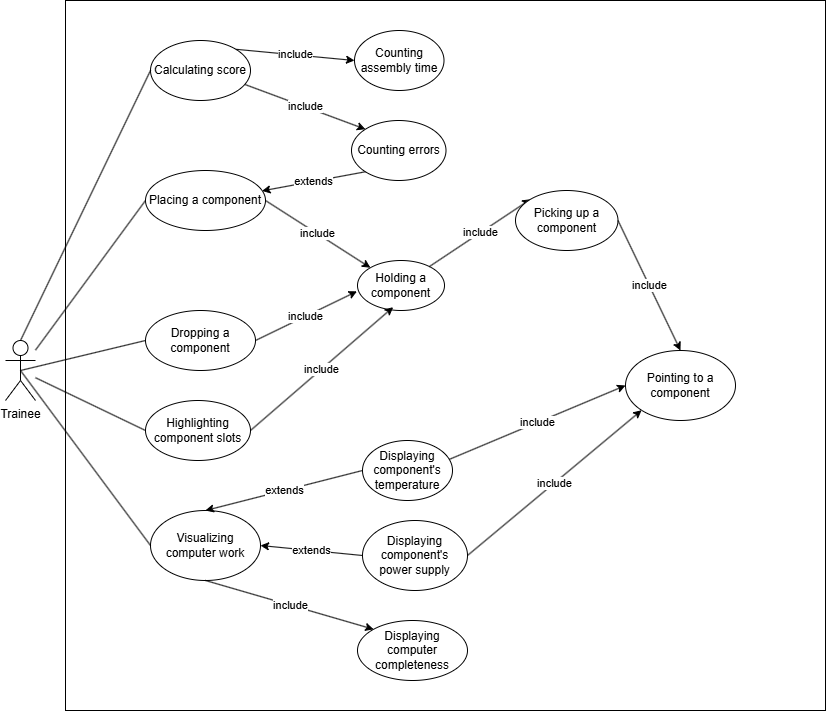
Above: Images/AssemblyUseCases.png in dopp1e/diploma (draw.io), before the change. Source tidied: cells renumbered, new cells last; positions are measured from the earlier drawing's top-left corner, leaving out a move shared by most shapes.
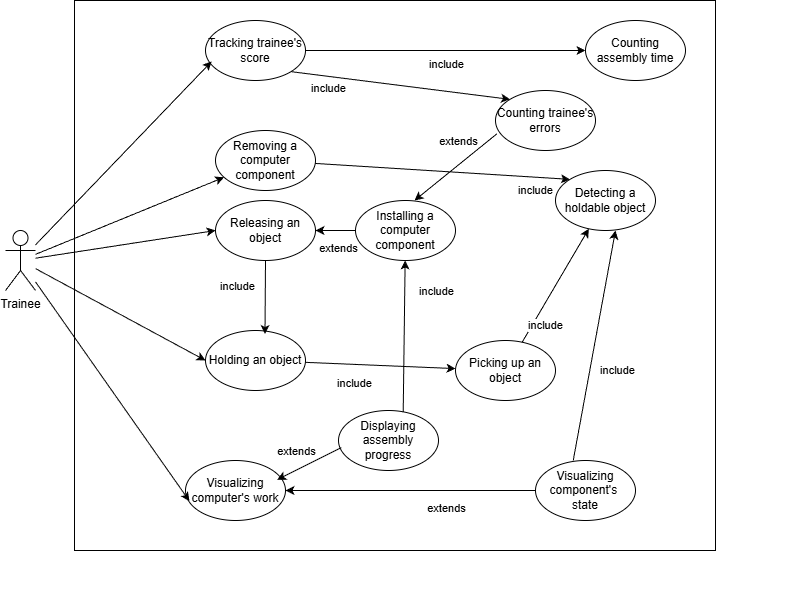
The same file after the commit.

Commit message:
Rewrote virtual computer assembly use cases descriptions

Diff of the diagram source:
```diff
@@ -2,104 +2,160 @@
   <root>
     <mxCell id="0" />
     <mxCell id="1" parent="0" />
-    <mxCell id="2" style="rounded=0;whiteSpace=wrap;html=1;" parent="1" vertex="1">
-      <mxGeometry x="60" width="760" height="710" as="geometry" />
-    </mxCell>
+    <mxCell id="35" style="rounded=0;whiteSpace=wrap;html=1;" parent="1" vertex="1">
+      <mxGeometry x="129" y="110" width="641" height="550" as="geometry" />
+    </mxCell>
     <mxCell id="3" value="Trainee" style="shape=umlActor;verticalLabelPosition=bottom;verticalAlign=top;html=1;outlineConnect=0;" parent="1" vertex="1">
-      <mxGeometry y="340" width="30" height="60" as="geometry" />
+      <mxGeometry x="60" y="340" width="30" height="60" as="geometry" />
     </mxCell>
-    <mxCell id="4" value="Pointing to a component" style="ellipse;whiteSpace=wrap;html=1;" parent="1" vertex="1">
-      <mxGeometry x="620" y="350" width="110" height="70" as="geometry" />
-    </mxCell>
-    <mxCell id="5" value="Holding a component" style="ellipse;whiteSpace=wrap;html=1;" parent="1" vertex="1">
-      <mxGeometry x="352" y="260" width="87" height="50" as="geometry" />
-    </mxCell>
-    <mxCell id="6" style="endArrow=none;html=1;rounded=0;entryX=0;entryY=0.5;entryDx=0;entryDy=0;" parent="1" edge="1" source="3" target="20">
-      <mxGeometry relative="1" as="geometry" />
-    </mxCell>
-    <mxCell id="7" value="Visualizing computer work" style="ellipse;whiteSpace=wrap;html=1;" parent="1" vertex="1">
-      <mxGeometry x="145" y="510" width="110" height="70" as="geometry" />
-    </mxCell>
-    <mxCell id="8" style="endArrow=none;html=1;rounded=0;exitX=0.5;exitY=0.5;exitDx=0;exitDy=0;exitPerimeter=0;entryX=0;entryY=0.5;entryDx=0;entryDy=0;" parent="1" edge="1" source="3" target="7">
-      <mxGeometry relative="1" as="geometry" />
-    </mxCell>
-    <mxCell id="9" value="include" style="endArrow=classic;html=1;rounded=0;entryX=0;entryY=0;entryDx=0;entryDy=0;" parent="1" edge="1" source="5" target="18">
-      <mxGeometry relative="1" as="geometry" />
-    </mxCell>
-    <mxCell id="10" value="Displaying computer completeness" style="ellipse;whiteSpace=wrap;html=1;" parent="1" vertex="1">
-      <mxGeometry x="352" y="620" width="110" height="60" as="geometry" />
-    </mxCell>
-    <mxCell id="11" value="include" style="endArrow=classic;html=1;rounded=0;exitX=0.5;exitY=1;exitDx=0;exitDy=0;entryX=0;entryY=0;entryDx=0;entryDy=0;" parent="1" edge="1" source="7" target="10">
-      <mxGeometry relative="1" as="geometry" />
-    </mxCell>
-    <mxCell id="12" value="Displaying component's temperature" style="ellipse;whiteSpace=wrap;html=1;" parent="1" vertex="1">
-      <mxGeometry x="357" y="440" width="90" height="60" as="geometry" />
-    </mxCell>
-    <mxCell id="13" value="extends" style="endArrow=classic;html=1;rounded=0;exitX=0;exitY=0.5;exitDx=0;exitDy=0;entryX=0.5;entryY=0;entryDx=0;entryDy=0;" parent="1" edge="1" source="12" target="7">
-      <mxGeometry relative="1" as="geometry" />
-    </mxCell>
-    <mxCell id="14" value="include" style="endArrow=classic;html=1;rounded=0;exitX=0.967;exitY=0.313;exitDx=0;exitDy=0;exitPerimeter=0;entryX=0;entryY=0.5;entryDx=0;entryDy=0;" parent="1" edge="1" source="12" target="4">
-      <mxGeometry relative="1" as="geometry" />
-    </mxCell>
-    <mxCell id="15" value="Displaying component's power supply" style="ellipse;whiteSpace=wrap;html=1;" parent="1" vertex="1">
-      <mxGeometry x="357" y="520" width="105" height="70" as="geometry" />
-    </mxCell>
-    <mxCell id="16" value="extends" style="endArrow=classic;html=1;rounded=0;exitX=0;exitY=0.5;exitDx=0;exitDy=0;entryX=1;entryY=0.5;entryDx=0;entryDy=0;" parent="1" edge="1" source="15" target="7">
-      <mxGeometry relative="1" as="geometry" />
-    </mxCell>
-    <mxCell id="17" value="include" style="endArrow=classic;html=1;rounded=0;exitX=1;exitY=0.5;exitDx=0;exitDy=0;entryX=0;entryY=1;entryDx=0;entryDy=0;" parent="1" edge="1" source="15" target="4">
-      <mxGeometry relative="1" as="geometry" />
-    </mxCell>
-    <mxCell id="18" value="Picking up a component" style="ellipse;whiteSpace=wrap;html=1;" parent="1" vertex="1">
-      <mxGeometry x="510" y="190" width="102.5" height="60" as="geometry" />
-    </mxCell>
-    <mxCell id="19" value="include" style="endArrow=classic;html=1;rounded=0;exitX=1;exitY=0.5;exitDx=0;exitDy=0;entryX=0.5;entryY=0;entryDx=0;entryDy=0;" parent="1" edge="1" source="18" target="4">
-      <mxGeometry relative="1" as="geometry" />
-    </mxCell>
-    <mxCell id="20" value="Placing a component" style="ellipse;whiteSpace=wrap;html=1;" parent="1" vertex="1">
-      <mxGeometry x="140" y="170" width="120" height="60" as="geometry" />
-    </mxCell>
-    <mxCell id="21" value="Dropping a component" style="ellipse;whiteSpace=wrap;html=1;" parent="1" vertex="1">
-      <mxGeometry x="140" y="310" width="110" height="60" as="geometry" />
-    </mxCell>
-    <mxCell id="22" style="endArrow=none;html=1;rounded=0;exitX=0.5;exitY=0.5;exitDx=0;exitDy=0;exitPerimeter=0;entryX=0;entryY=0.5;entryDx=0;entryDy=0;" parent="1" edge="1" source="3" target="21">
-      <mxGeometry relative="1" as="geometry" />
-    </mxCell>
-    <mxCell id="23" value="include" style="endArrow=classic;html=1;rounded=0;exitX=1;exitY=0.5;exitDx=0;exitDy=0;entryX=-0.006;entryY=0.617;entryDx=0;entryDy=0;entryPerimeter=0;" parent="1" edge="1" source="21" target="5">
-      <mxGeometry relative="1" as="geometry" />
-    </mxCell>
-    <mxCell id="24" value="include" style="endArrow=classic;html=1;rounded=0;exitX=1;exitY=0.5;exitDx=0;exitDy=0;entryX=0;entryY=0;entryDx=0;entryDy=0;" parent="1" edge="1" source="20" target="5">
-      <mxGeometry relative="1" as="geometry" />
-    </mxCell>
-    <mxCell id="25" value="Calculating score" style="ellipse;whiteSpace=wrap;html=1;" parent="1" vertex="1">
-      <mxGeometry x="145" y="40" width="100" height="60" as="geometry" />
-    </mxCell>
-    <mxCell id="26" style="endArrow=none;html=1;rounded=0;exitX=0.5;exitY=0;exitDx=0;exitDy=0;exitPerimeter=0;entryX=0;entryY=0.5;entryDx=0;entryDy=0;" parent="1" edge="1" source="3" target="25">
-      <mxGeometry relative="1" as="geometry" />
-    </mxCell>
+    <mxCell id="36" value="Detecting a holdable object" style="ellipse;whiteSpace=wrap;html=1;" parent="1" vertex="1">
+      <mxGeometry x="610" y="280" width="100" height="60" as="geometry" />
+    </mxCell>
+    <mxCell id="37" value="Picking up an object" style="ellipse;whiteSpace=wrap;html=1;" parent="1" vertex="1">
+      <mxGeometry x="510" y="450" width="100" height="60" as="geometry" />
+    </mxCell>
+    <mxCell id="38" style="endArrow=classic;html=1;rounded=0;" parent="1" edge="1" source="37" target="36">
+      <mxGeometry relative="1" as="geometry" />
+    </mxCell>
+    <mxCell id="39" value="include" style="edgeLabel;html=1;align=center;verticalAlign=middle;" parent="38" vertex="1">
+      <mxGeometry x="-0.37" y="-1" relative="1" as="geometry">
+        <mxPoint x="1" y="18" as="offset" />
+      </mxGeometry>
+    </mxCell>
+    <mxCell id="40" value="Holding an object" style="ellipse;whiteSpace=wrap;html=1;" parent="1" vertex="1">
+      <mxGeometry x="260" y="440" width="100" height="60" as="geometry" />
+    </mxCell>
+    <mxCell id="41" style="endArrow=classic;html=1;rounded=0;" parent="1" edge="1" source="40" target="37">
+      <mxGeometry relative="1" as="geometry" />
+    </mxCell>
+    <mxCell id="42" value="include" style="edgeLabel;html=1;align=center;verticalAlign=middle;" parent="41" vertex="1">
+      <mxGeometry x="-0.37" y="-1" relative="1" as="geometry">
+        <mxPoint x="1" y="18" as="offset" />
+      </mxGeometry>
+    </mxCell>
+    <mxCell id="43" value="Releasing an object" style="ellipse;whiteSpace=wrap;html=1;" parent="1" vertex="1">
+      <mxGeometry x="270" y="310" width="100" height="60" as="geometry" />
+    </mxCell>
+    <mxCell id="44" style="endArrow=classic;html=1;rounded=0;entryX=0;entryY=0.5;entryDx=0;entryDy=0;" parent="1" edge="1" source="3" target="40">
+      <mxGeometry relative="1" as="geometry" />
+    </mxCell>
+    <mxCell id="45" style="endArrow=classic;html=1;rounded=0;entryX=0.595;entryY=0.059;entryDx=0;entryDy=0;entryPerimeter=0;" parent="1" edge="1" source="43" target="40">
+      <mxGeometry relative="1" as="geometry" />
+    </mxCell>
+    <mxCell id="46" value="include" style="edgeLabel;html=1;align=center;verticalAlign=middle;" parent="45" vertex="1">
+      <mxGeometry x="-0.37" y="-1" relative="1" as="geometry">
+        <mxPoint x="-27" y="2" as="offset" />
+      </mxGeometry>
+    </mxCell>
+    <mxCell id="47" value="Installing a computer component" style="ellipse;whiteSpace=wrap;html=1;" parent="1" vertex="1">
+      <mxGeometry x="410" y="310" width="100" height="60" as="geometry" />
+    </mxCell>
+    <mxCell id="48" style="endArrow=classic;html=1;rounded=0;exitX=0;exitY=0.5;exitDx=0;exitDy=0;entryX=1;entryY=0.5;entryDx=0;entryDy=0;" parent="1" edge="1" source="47" target="43">
+      <mxGeometry relative="1" as="geometry" />
+    </mxCell>
+    <mxCell id="49" value="extends" style="edgeLabel;html=1;align=center;verticalAlign=middle;" parent="48" vertex="1">
+      <mxGeometry x="-0.37" y="-1" relative="1" as="geometry">
+        <mxPoint x="-5" y="18" as="offset" />
+      </mxGeometry>
+    </mxCell>
+    <mxCell id="50" style="endArrow=classic;html=1;rounded=0;entryX=0;entryY=0.5;entryDx=0;entryDy=0;" parent="1" edge="1" source="3" target="43">
+      <mxGeometry relative="1" as="geometry" />
+    </mxCell>
+    <mxCell id="51" value="Removing a computer component" style="ellipse;whiteSpace=wrap;html=1;" parent="1" vertex="1">
+      <mxGeometry x="270" y="240" width="100" height="60" as="geometry" />
+    </mxCell>
+    <mxCell id="52" style="endArrow=classic;html=1;rounded=0;entryX=0;entryY=0;entryDx=0;entryDy=0;" parent="1" edge="1" source="51" target="36">
+      <mxGeometry relative="1" as="geometry" />
+    </mxCell>
+    <mxCell id="53" value="include" style="edgeLabel;html=1;align=center;verticalAlign=middle;" parent="52" vertex="1">
+      <mxGeometry x="-0.37" y="-1" relative="1" as="geometry">
+        <mxPoint x="140" y="21" as="offset" />
+      </mxGeometry>
+    </mxCell>
+    <mxCell id="54" style="endArrow=classic;html=1;rounded=0;" parent="1" edge="1" source="3" target="51">
+      <mxGeometry relative="1" as="geometry" />
+    </mxCell>
+    <mxCell id="55" value="Visualizing component's&amp;nbsp;&lt;div&gt;state&lt;/div&gt;" style="ellipse;whiteSpace=wrap;html=1;" parent="1" vertex="1">
+      <mxGeometry x="590" y="570" width="100" height="60" as="geometry" />
+    </mxCell>
+    <mxCell id="56" style="endArrow=classic;html=1;rounded=0;exitX=0.377;exitY=0.002;exitDx=0;exitDy=0;entryX=0.6;entryY=1;entryDx=0;entryDy=0;entryPerimeter=0;exitPerimeter=0;" parent="1" edge="1" source="55" target="36">
+      <mxGeometry relative="1" as="geometry" />
+    </mxCell>
+    <mxCell id="57" value="include" style="edgeLabel;html=1;align=center;verticalAlign=middle;" parent="56" vertex="1">
+      <mxGeometry x="-0.37" y="-1" relative="1" as="geometry">
+        <mxPoint x="29" y="-18" as="offset" />
+      </mxGeometry>
+    </mxCell>
+    <mxCell id="58" value="Visualizing computer's work" style="ellipse;whiteSpace=wrap;html=1;" parent="1" vertex="1">
+      <mxGeometry x="240" y="570" width="100" height="60" as="geometry" />
+    </mxCell>
+    <mxCell id="59" style="endArrow=classic;html=1;rounded=0;" parent="1" edge="1" source="55" target="58">
+      <mxGeometry relative="1" as="geometry" />
+    </mxCell>
+    <mxCell id="60" value="extends" style="edgeLabel;html=1;align=center;verticalAlign=middle;" parent="59" vertex="1">
+      <mxGeometry x="-0.37" y="-1" relative="1" as="geometry">
+        <mxPoint x="-11" y="18" as="offset" />
+      </mxGeometry>
+    </mxCell>
+    <mxCell id="61" style="endArrow=classic;html=1;rounded=0;entryX=0.039;entryY=0.675;entryDx=0;entryDy=0;entryPerimeter=0;" parent="1" edge="1" source="3" target="58">
+      <mxGeometry relative="1" as="geometry" />
+    </mxCell>
+    <mxCell id="62" value="Displaying assembly progress" style="ellipse;whiteSpace=wrap;html=1;" parent="1" vertex="1">
+      <mxGeometry x="393" y="520" width="100" height="60" as="geometry" />
+    </mxCell>
+    <mxCell id="63" style="endArrow=classic;html=1;rounded=0;exitX=0.647;exitY=0.028;exitDx=0;exitDy=0;exitPerimeter=0;" parent="1" edge="1" source="62" target="47">
+      <mxGeometry relative="1" as="geometry" />
+    </mxCell>
+    <mxCell id="64" value="include" style="edgeLabel;html=1;align=center;verticalAlign=middle;" parent="63" vertex="1">
+      <mxGeometry x="-0.37" y="-1" relative="1" as="geometry">
+        <mxPoint x="31" y="-74" as="offset" />
+      </mxGeometry>
+    </mxCell>
+    <mxCell id="65" style="endArrow=classic;html=1;rounded=0;entryX=0.917;entryY=0.32;entryDx=0;entryDy=0;entryPerimeter=0;exitX=0.027;exitY=0.62;exitDx=0;exitDy=0;exitPerimeter=0;" parent="1" edge="1" source="62" target="58">
+      <mxGeometry relative="1" as="geometry" />
+    </mxCell>
+    <mxCell id="66" value="extends" style="edgeLabel;html=1;align=center;verticalAlign=middle;" parent="65" vertex="1">
+      <mxGeometry x="-0.37" y="-1" relative="1" as="geometry">
+        <mxPoint x="-25" y="-6" as="offset" />
+      </mxGeometry>
+    </mxCell>
+    <mxCell id="67" value="Tracking trainee's score" style="ellipse;whiteSpace=wrap;html=1;" parent="1" vertex="1">
+      <mxGeometry x="260" y="130" width="100" height="60" as="geometry" />
+    </mxCell>
+    <mxCell id="68" style="endArrow=classic;html=1;rounded=0;entryX=0.061;entryY=0.683;entryDx=0;entryDy=0;entryPerimeter=0;" parent="1" edge="1" source="3" target="67">
+      <mxGeometry relative="1" as="geometry" />
+    </mxCell>
     <mxCell id="27" value="Counting assembly time" style="ellipse;whiteSpace=wrap;html=1;" parent="1" vertex="1">
-      <mxGeometry x="349" y="30" width="89.5" height="60" as="geometry" />
+      <mxGeometry x="640" y="130" width="100" height="60" as="geometry" />
     </mxCell>
-    <mxCell id="28" value="include" style="endArrow=classic;html=1;rounded=0;exitX=1;exitY=0;exitDx=0;exitDy=0;entryX=0;entryY=0.5;entryDx=0;entryDy=0;" parent="1" edge="1" source="25" target="27">
-      <mxGeometry relative="1" as="geometry" />
-    </mxCell>
-    <mxCell id="29" value="Counting errors" style="ellipse;whiteSpace=wrap;html=1;" parent="1" vertex="1">
-      <mxGeometry x="346" y="120" width="94.5" height="60" as="geometry" />
-    </mxCell>
-    <mxCell id="30" value="include" style="endArrow=classic;html=1;rounded=0;exitX=0.946;exitY=0.734;exitDx=0;exitDy=0;exitPerimeter=0;entryX=0;entryY=0;entryDx=0;entryDy=0;" parent="1" edge="1" source="25" target="29">
-      <mxGeometry relative="1" as="geometry" />
-    </mxCell>
-    <mxCell id="31" value="extends" style="endArrow=classic;html=1;rounded=0;exitX=0;exitY=1;exitDx=0;exitDy=0;entryX=0.971;entryY=0.34;entryDx=0;entryDy=0;entryPerimeter=0;" parent="1" edge="1" source="29" target="20">
-      <mxGeometry relative="1" as="geometry" />
-    </mxCell>
-    <mxCell id="32" value="Highlighting component slots" style="ellipse;whiteSpace=wrap;html=1;" parent="1" vertex="1">
-      <mxGeometry x="140" y="400" width="105" height="60" as="geometry" />
-    </mxCell>
-    <mxCell id="33" style="endArrow=none;html=1;rounded=0;entryX=0;entryY=0.5;entryDx=0;entryDy=0;" parent="1" edge="1" source="3" target="32">
-      <mxGeometry relative="1" as="geometry" />
-    </mxCell>
-    <mxCell id="34" value="include" style="endArrow=classic;html=1;rounded=0;exitX=1;exitY=0.5;exitDx=0;exitDy=0;entryX=0.41;entryY=0.933;entryDx=0;entryDy=0;entryPerimeter=0;" parent="1" edge="1" source="32" target="5">
-      <mxGeometry relative="1" as="geometry" />
-    </mxCell>
+    <mxCell id="69" style="endArrow=classic;html=1;rounded=0;exitX=1;exitY=0.5;exitDx=0;exitDy=0;" parent="1" edge="1" source="67" target="27">
+      <mxGeometry relative="1" as="geometry" />
+    </mxCell>
+    <mxCell id="70" value="include" style="edgeLabel;html=1;align=center;verticalAlign=middle;" parent="69" vertex="1">
+      <mxGeometry x="-0.37" y="-1" relative="1" as="geometry">
+        <mxPoint x="52" y="12" as="offset" />
+      </mxGeometry>
+    </mxCell>
+    <mxCell id="71" value="Counting trainee's errors" style="ellipse;whiteSpace=wrap;html=1;" parent="1" vertex="1">
+      <mxGeometry x="550" y="200" width="100" height="60" as="geometry" />
+    </mxCell>
+    <mxCell id="72" style="endArrow=classic;html=1;rounded=0;exitX=1;exitY=1;exitDx=0;exitDy=0;entryX=0;entryY=0;entryDx=0;entryDy=0;" parent="1" edge="1" source="67" target="71">
+      <mxGeometry relative="1" as="geometry" />
+    </mxCell>
+    <mxCell id="73" value="include" style="edgeLabel;html=1;align=center;verticalAlign=middle;" parent="72" vertex="1">
+      <mxGeometry x="-0.37" y="-1" relative="1" as="geometry">
+        <mxPoint x="-32" y="7" as="offset" />
+      </mxGeometry>
+    </mxCell>
+    <mxCell id="74" style="endArrow=classic;html=1;rounded=0;exitX=0.014;exitY=0.722;exitDx=0;exitDy=0;entryX=0.59;entryY=0.053;entryDx=0;entryDy=0;exitPerimeter=0;entryPerimeter=0;" parent="1" edge="1" source="71">
+      <mxGeometry relative="1" as="geometry">
+        <mxPoint x="469" y="310" as="targetPoint" />
+      </mxGeometry>
+    </mxCell>
+    <mxCell id="75" value="extends" style="edgeLabel;html=1;align=center;verticalAlign=middle;" parent="74" vertex="1">
+      <mxGeometry x="-0.37" y="-1" relative="1" as="geometry">
+        <mxPoint x="-12" y="-13" as="offset" />
+      </mxGeometry>
+    </mxCell>
   </root>
 </mxGraphModel>
```
